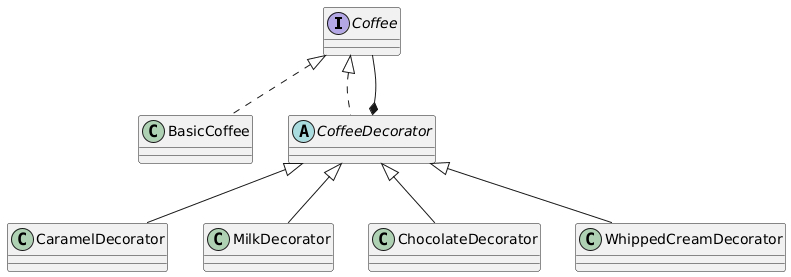
IgorWestermann/UFJF-2026-AAES-Decorator keeps this PlantUML diagram as decorator_diagram.png. Above is the earlier version.
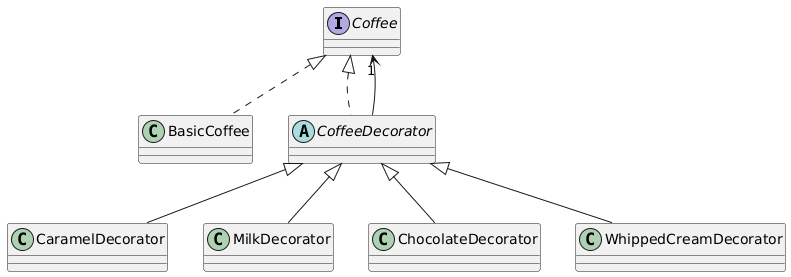
After the change.

Commit message:
Atualiza o diagrama de classes

The edit, as a diff of the source:
```diff
@@ -11,7 +11,7 @@
 Coffee <|.. BasicCoffee
 Coffee <|.. CoffeeDecorator
 
-CoffeeDecorator *-- Coffee
+CoffeeDecorator --> "1" Coffee
 
 CoffeeDecorator <|-- CaramelDecorator
 CoffeeDecorator <|-- MilkDecorator
```
